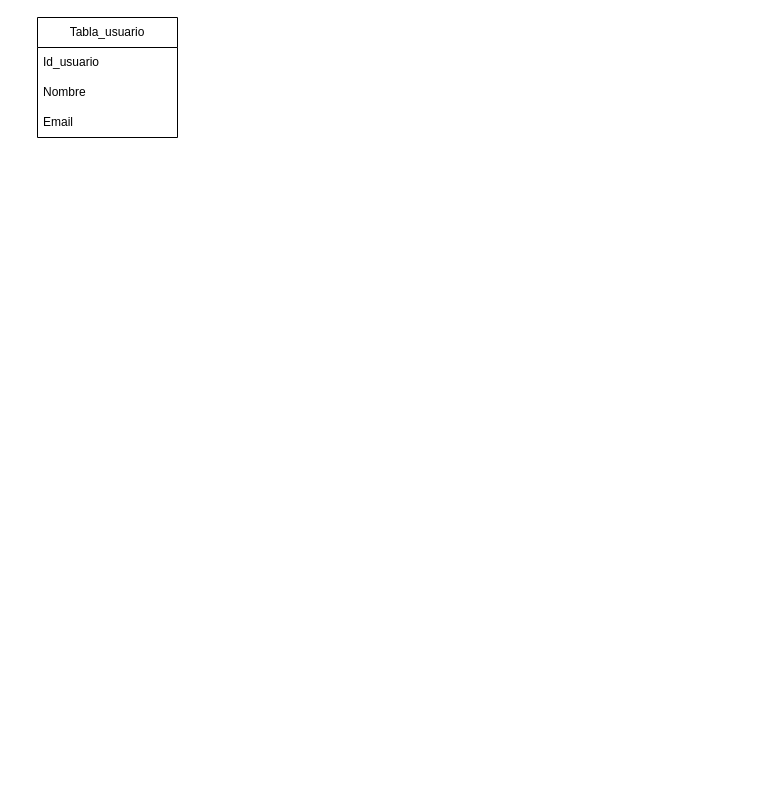
Before: Codigo/pruebas/Bd_MiDAI.drawio in largodav/MiDAI, a draw.io diagram. Source tidied: cells renumbered, new cells numbered last; positions are measured from the earlier drawing's top-left corner, leaving out a move shared by most shapes. Both pictures are drawn from the tidied source at 100%, with x=0, y=0 at pixel (37, 17).
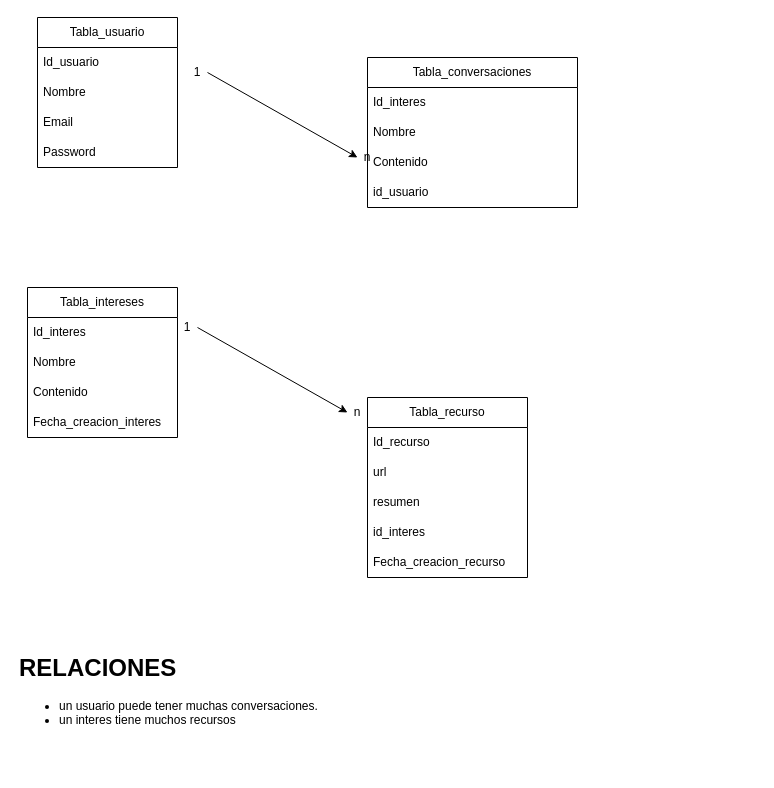
Above is the later version.

Diff of the diagram source:
```diff
@@
     <mxCell id="2" value="Tabla_usuario" style="swimlane;fontStyle=0;horizontal=1;startSize=30;whiteSpace=wrap;html=1;" parent="1" vertex="1">
-      <mxGeometry width="140" height="120" as="geometry" />
+      <mxGeometry width="140" height="150" as="geometry" />
     </mxCell>
@@
+    <mxCell id="6" value="Password" style="text;strokeColor=none;fillColor=none;align=left;verticalAlign=middle;spacingLeft=4;spacingRight=4;overflow=hidden;whiteSpace=wrap;html=1;" parent="2" vertex="1">
+      <mxGeometry y="120" width="140" height="30" as="geometry" />
+    </mxCell>
+    <mxCell id="7" value="Tabla_intereses" style="swimlane;fontStyle=0;horizontal=1;startSize=30;whiteSpace=wrap;html=1;" parent="1" vertex="1">
+      <mxGeometry x="-10" y="270" width="150" height="150" as="geometry" />
+    </mxCell>
+    <mxCell id="8" value="Id_interes" style="text;strokeColor=none;fillColor=none;align=left;verticalAlign=middle;spacingLeft=4;spacingRight=4;overflow=hidden;whiteSpace=wrap;html=1;" parent="7" vertex="1">
+      <mxGeometry y="30" width="150" height="30" as="geometry" />
+    </mxCell>
+    <mxCell id="9" value="Nombre" style="text;strokeColor=none;fillColor=none;align=left;verticalAlign=middle;spacingLeft=4;spacingRight=4;overflow=hidden;whiteSpace=wrap;html=1;" parent="7" vertex="1">
+      <mxGeometry y="60" width="150" height="30" as="geometry" />
+    </mxCell>
+    <mxCell id="10" value="Contenido" style="text;strokeColor=none;fillColor=none;align=left;verticalAlign=middle;spacingLeft=4;spacingRight=4;overflow=hidden;whiteSpace=wrap;html=1;" parent="7" vertex="1">
+      <mxGeometry y="90" width="150" height="30" as="geometry" />
+    </mxCell>
+    <mxCell id="11" value="Fecha_creacion_interes" style="text;strokeColor=none;fillColor=none;align=left;verticalAlign=middle;spacingLeft=4;spacingRight=4;overflow=hidden;whiteSpace=wrap;html=1;" parent="7" vertex="1">
+      <mxGeometry y="120" width="150" height="30" as="geometry" />
+    </mxCell>
+    <mxCell id="12" value="Tabla_conversaciones" style="swimlane;fontStyle=0;horizontal=1;startSize=30;whiteSpace=wrap;html=1;" parent="1" vertex="1">
+      <mxGeometry x="330" y="40" width="210" height="150" as="geometry" />
+    </mxCell>
+    <mxCell id="13" value="Id_interes" style="text;strokeColor=none;fillColor=none;align=left;verticalAlign=middle;spacingLeft=4;spacingRight=4;overflow=hidden;whiteSpace=wrap;html=1;" parent="12" vertex="1">
+      <mxGeometry y="30" width="210" height="30" as="geometry" />
+    </mxCell>
+    <mxCell id="14" value="Nombre" style="text;strokeColor=none;fillColor=none;align=left;verticalAlign=middle;spacingLeft=4;spacingRight=4;overflow=hidden;whiteSpace=wrap;html=1;" parent="12" vertex="1">
+      <mxGeometry y="60" width="210" height="30" as="geometry" />
+    </mxCell>
+    <mxCell id="15" value="Contenido" style="text;strokeColor=none;fillColor=none;align=left;verticalAlign=middle;spacingLeft=4;spacingRight=4;overflow=hidden;whiteSpace=wrap;html=1;" parent="12" vertex="1">
+      <mxGeometry y="90" width="210" height="30" as="geometry" />
+    </mxCell>
+    <mxCell id="16" value="id_usuario" style="text;strokeColor=none;fillColor=none;align=left;verticalAlign=middle;spacingLeft=4;spacingRight=4;overflow=hidden;whiteSpace=wrap;html=1;" parent="12" vertex="1">
+      <mxGeometry y="120" width="210" height="30" as="geometry" />
+    </mxCell>
+    <mxCell id="17" value="Tabla_recurso" style="swimlane;fontStyle=0;horizontal=1;startSize=30;whiteSpace=wrap;html=1;" parent="1" vertex="1">
+      <mxGeometry x="330" y="380" width="160" height="180" as="geometry" />
+    </mxCell>
+    <mxCell id="18" value="Id_recurso" style="text;strokeColor=none;fillColor=none;align=left;verticalAlign=middle;spacingLeft=4;spacingRight=4;overflow=hidden;whiteSpace=wrap;html=1;" parent="17" vertex="1">
+      <mxGeometry y="30" width="160" height="30" as="geometry" />
+    </mxCell>
+    <mxCell id="19" value="url" style="text;strokeColor=none;fillColor=none;align=left;verticalAlign=middle;spacingLeft=4;spacingRight=4;overflow=hidden;whiteSpace=wrap;html=1;" parent="17" vertex="1">
+      <mxGeometry y="60" width="160" height="30" as="geometry" />
+    </mxCell>
+    <mxCell id="20" value="resumen" style="text;strokeColor=none;fillColor=none;align=left;verticalAlign=middle;spacingLeft=4;spacingRight=4;overflow=hidden;whiteSpace=wrap;html=1;" parent="17" vertex="1">
+      <mxGeometry y="90" width="160" height="30" as="geometry" />
+    </mxCell>
+    <mxCell id="21" value="id_interes" style="text;strokeColor=none;fillColor=none;align=left;verticalAlign=middle;spacingLeft=4;spacingRight=4;overflow=hidden;whiteSpace=wrap;html=1;" parent="17" vertex="1">
+      <mxGeometry y="120" width="160" height="30" as="geometry" />
+    </mxCell>
+    <mxCell id="22" value="Fecha_creacion_recurso" style="text;strokeColor=none;fillColor=none;align=left;verticalAlign=middle;spacingLeft=4;spacingRight=4;overflow=hidden;whiteSpace=wrap;html=1;" parent="17" vertex="1">
+      <mxGeometry y="150" width="160" height="30" as="geometry" />
+    </mxCell>
+    <mxCell id="23" value="&lt;h1 style=&quot;margin-top: 0px;&quot;&gt;RELACIONES&lt;/h1&gt;&lt;p&gt;&lt;/p&gt;&lt;ul&gt;&lt;li&gt;un usuario puede tener muchas conversaciones.&lt;/li&gt;&lt;li&gt;un interes tiene muchos recursos&lt;/li&gt;&lt;/ul&gt;&lt;p&gt;&lt;/p&gt;" style="text;html=1;whiteSpace=wrap;overflow=hidden;rounded=0;" parent="1" vertex="1">
+      <mxGeometry x="-20" y="630" width="740" height="120" as="geometry" />
+    </mxCell>
+    <mxCell id="24" style="group;" parent="1" vertex="1">
+      <mxGeometry x="140" y="270" width="200" height="140" as="geometry" />
+    </mxCell>
+    <mxCell id="25" style="group;" parent="24" vertex="1">
+      <mxGeometry width="200" height="140" as="geometry" />
+    </mxCell>
+    <mxCell id="26" value="n" style="text;html=1;align=center;verticalAlign=middle;whiteSpace=wrap;rounded=0;" parent="25" vertex="1">
+      <mxGeometry x="170" y="110" width="20" height="30" as="geometry" />
+    </mxCell>
+    <mxCell id="27" value="1" style="text;html=1;align=center;verticalAlign=middle;whiteSpace=wrap;rounded=0;" parent="25" vertex="1">
+      <mxGeometry y="25" width="20" height="30" as="geometry" />
+    </mxCell>
+    <mxCell id="28" style="edgeStyle=none;html=1;exitX=1;exitY=0.5;exitDx=0;exitDy=0;entryX=0;entryY=0.5;entryDx=0;entryDy=0;" parent="25" edge="1" source="27" target="26">
+      <mxGeometry relative="1" as="geometry" />
+    </mxCell>
+    <mxCell id="29" style="group;" parent="1" vertex="1">
+      <mxGeometry x="150" y="15" width="200" height="140" as="geometry" />
+    </mxCell>
+    <mxCell id="30" style="group;" parent="29" vertex="1">
+      <mxGeometry width="200" height="140" as="geometry" />
+    </mxCell>
+    <mxCell id="31" value="n" style="text;html=1;align=center;verticalAlign=middle;whiteSpace=wrap;rounded=0;" parent="30" vertex="1">
+      <mxGeometry x="170" y="110" width="20" height="30" as="geometry" />
+    </mxCell>
+    <mxCell id="32" value="1" style="text;html=1;align=center;verticalAlign=middle;whiteSpace=wrap;rounded=0;" parent="30" vertex="1">
+      <mxGeometry y="25" width="20" height="30" as="geometry" />
+    </mxCell>
+    <mxCell id="33" style="edgeStyle=none;html=1;exitX=1;exitY=0.5;exitDx=0;exitDy=0;entryX=0;entryY=0.5;entryDx=0;entryDy=0;" parent="30" edge="1" source="32" target="31">
+      <mxGeometry relative="1" as="geometry" />
+    </mxCell>
```
